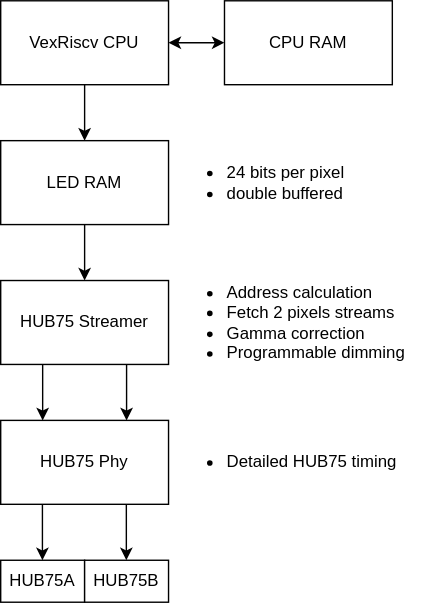
This is assets/led_cube/led_cube-block_diagram.svg from tomverbeure/tomverbeure.github.io, a draw.io export, as it was before one commit. Source tidied: cells renumbered, new cells last; positions are measured from the earlier drawing's top-left corner, leaving out a move shared by most shapes. Source of this version:
```xml
<mxGraphModel>
  <root>
    <mxCell id="0" />
    <mxCell id="1" parent="0" />
    <mxCell id="2" value="VexRiscv CPU" style="rounded=0;whiteSpace=wrap;html=1;" parent="1" vertex="1">
      <mxGeometry width="120" height="60" as="geometry" />
    </mxCell>
    <mxCell id="3" value="CPU RAM" style="rounded=0;whiteSpace=wrap;html=1;" parent="1" vertex="1">
      <mxGeometry x="160" width="120" height="60" as="geometry" />
    </mxCell>
    <mxCell id="4" style="endArrow=classic;startArrow=classic;html=1;entryX=0;entryY=0.5;entryDx=0;entryDy=0;" parent="1" edge="1" source="2" target="3">
      <mxGeometry relative="1" as="geometry" />
    </mxCell>
    <mxCell id="5" value="LED RAM" style="rounded=0;whiteSpace=wrap;html=1;" parent="1" vertex="1">
      <mxGeometry y="100" width="120" height="60" as="geometry" />
    </mxCell>
    <mxCell id="6" style="endArrow=classic;html=1;entryX=0.5;entryY=0;entryDx=0;entryDy=0;exitX=0.5;exitY=1;exitDx=0;exitDy=0;" parent="1" edge="1" source="2" target="5">
      <mxGeometry relative="1" as="geometry" />
    </mxCell>
    <mxCell id="7" value="HUB75 Streamer" style="rounded=0;whiteSpace=wrap;html=1;" parent="1" vertex="1">
      <mxGeometry y="200" width="120" height="60" as="geometry" />
    </mxCell>
    <mxCell id="8" style="endArrow=classic;html=1;exitX=0.5;exitY=1;exitDx=0;exitDy=0;entryX=0.5;entryY=0;entryDx=0;entryDy=0;" parent="1" edge="1" source="5" target="7">
      <mxGeometry relative="1" as="geometry" />
    </mxCell>
    <mxCell id="9" value="HUB75 Phy" style="rounded=0;whiteSpace=wrap;html=1;" parent="1" vertex="1">
      <mxGeometry y="300" width="120" height="60" as="geometry" />
    </mxCell>
    <mxCell id="10" style="endArrow=classic;html=1;entryX=0.25;entryY=0;entryDx=0;entryDy=0;exitX=0.25;exitY=1;exitDx=0;exitDy=0;" parent="1" edge="1" source="7" target="9">
      <mxGeometry relative="1" as="geometry" />
    </mxCell>
    <mxCell id="11" style="endArrow=classic;html=1;entryX=0.25;entryY=0;entryDx=0;entryDy=0;exitX=0.25;exitY=1;exitDx=0;exitDy=0;" parent="1" edge="1">
      <mxGeometry relative="1" as="geometry">
        <mxPoint x="90" y="260" as="sourcePoint" />
        <mxPoint x="90" y="300" as="targetPoint" />
      </mxGeometry>
    </mxCell>
    <mxCell id="12" style="endArrow=classic;html=1;entryX=0.25;entryY=0;entryDx=0;entryDy=0;exitX=0.25;exitY=1;exitDx=0;exitDy=0;" parent="1" edge="1">
      <mxGeometry relative="1" as="geometry">
        <mxPoint x="29.8" y="360" as="sourcePoint" />
        <mxPoint x="29.8" y="400" as="targetPoint" />
      </mxGeometry>
    </mxCell>
    <mxCell id="13" style="endArrow=classic;html=1;entryX=0.25;entryY=0;entryDx=0;entryDy=0;exitX=0.25;exitY=1;exitDx=0;exitDy=0;" parent="1" edge="1">
      <mxGeometry relative="1" as="geometry">
        <mxPoint x="89.8" y="360" as="sourcePoint" />
        <mxPoint x="89.8" y="400" as="targetPoint" />
      </mxGeometry>
    </mxCell>
    <mxCell id="14" value="HUB75A" style="rounded=0;whiteSpace=wrap;html=1;" parent="1" vertex="1">
      <mxGeometry y="400" width="60" height="30" as="geometry" />
    </mxCell>
    <mxCell id="15" value="HUB75B" style="rounded=0;whiteSpace=wrap;html=1;" parent="1" vertex="1">
      <mxGeometry x="60" y="400" width="60" height="30" as="geometry" />
    </mxCell>
    <mxCell id="16" value="&lt;ul&gt;&lt;li&gt;Address calculation&lt;/li&gt;&lt;li&gt;Fetch 2 pixels streams&lt;/li&gt;&lt;li&gt;Gamma correction&lt;/li&gt;&lt;li&gt;Programmable dimming&lt;/li&gt;&lt;/ul&gt;" style="text;html=1;strokeColor=none;fillColor=none;align=left;verticalAlign=middle;whiteSpace=wrap;rounded=0;" parent="1" vertex="1">
      <mxGeometry x="120" y="200" width="180" height="60" as="geometry" />
    </mxCell>
    <mxCell id="17" value="&lt;ul&gt;&lt;li&gt;Detailed HUB75 timing&lt;/li&gt;&lt;/ul&gt;" style="text;html=1;strokeColor=none;fillColor=none;align=left;verticalAlign=middle;whiteSpace=wrap;rounded=0;" parent="1" vertex="1">
      <mxGeometry x="120" y="300" width="180" height="60" as="geometry" />
    </mxCell>
    <mxCell id="18" value="&lt;ul&gt;&lt;li&gt;24 bits per pixel&lt;/li&gt;&lt;li&gt;double buffered&lt;/li&gt;&lt;/ul&gt;" style="text;html=1;strokeColor=none;fillColor=none;align=left;verticalAlign=middle;whiteSpace=wrap;rounded=0;" parent="1" vertex="1">
      <mxGeometry x="120" y="100" width="180" height="60" as="geometry" />
    </mxCell>
  </root>
</mxGraphModel>
```
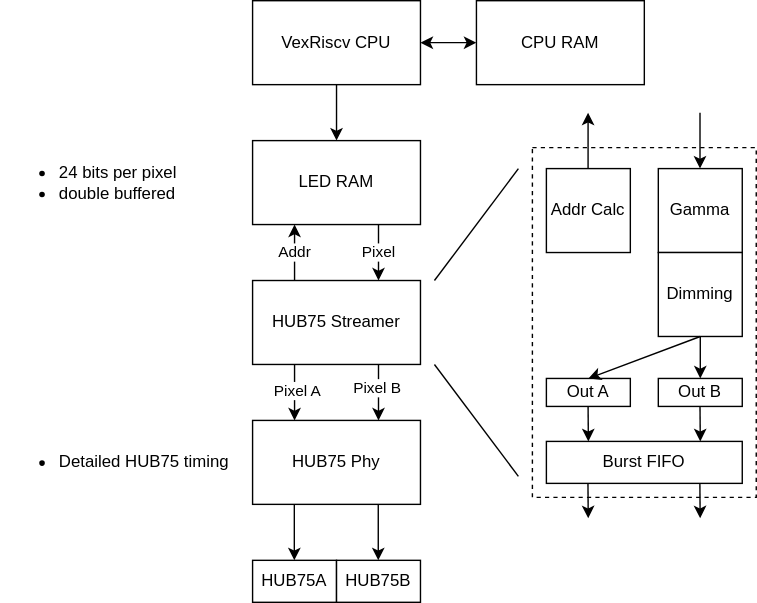
Later version of the same file.

Diff of the diagram source:
```diff
@@ -20,7 +20,7 @@
     <mxCell id="7" value="HUB75 Streamer" style="rounded=0;whiteSpace=wrap;html=1;" parent="1" vertex="1">
       <mxGeometry y="200" width="120" height="60" as="geometry" />
     </mxCell>
-    <mxCell id="8" style="endArrow=classic;html=1;exitX=0.5;exitY=1;exitDx=0;exitDy=0;entryX=0.5;entryY=0;entryDx=0;entryDy=0;" parent="1" edge="1" source="5" target="7">
+    <mxCell id="8" value="Pixel" style="endArrow=classic;html=1;exitX=0.75;exitY=1;exitDx=0;exitDy=0;entryX=0.75;entryY=0;entryDx=0;entryDy=0;" parent="1" edge="1" source="5" target="7">
       <mxGeometry relative="1" as="geometry" />
     </mxCell>
     <mxCell id="9" value="HUB75 Phy" style="rounded=0;whiteSpace=wrap;html=1;" parent="1" vertex="1">
@@ -29,12 +29,18 @@
     <mxCell id="10" style="endArrow=classic;html=1;entryX=0.25;entryY=0;entryDx=0;entryDy=0;exitX=0.25;exitY=1;exitDx=0;exitDy=0;" parent="1" edge="1" source="7" target="9">
       <mxGeometry relative="1" as="geometry" />
     </mxCell>
+    <mxCell id="19" value="Pixel A" style="edgeLabel;html=1;align=center;verticalAlign=middle;" parent="10" vertex="1">
+      <mxGeometry x="-0.08" y="2" relative="1" as="geometry" />
+    </mxCell>
     <mxCell id="11" style="endArrow=classic;html=1;entryX=0.25;entryY=0;entryDx=0;entryDy=0;exitX=0.25;exitY=1;exitDx=0;exitDy=0;" parent="1" edge="1">
       <mxGeometry relative="1" as="geometry">
         <mxPoint x="90" y="260" as="sourcePoint" />
         <mxPoint x="90" y="300" as="targetPoint" />
       </mxGeometry>
     </mxCell>
+    <mxCell id="20" value="Pixel B" style="edgeLabel;html=1;align=center;verticalAlign=middle;" parent="11" vertex="1">
+      <mxGeometry x="-0.16" y="-1" relative="1" as="geometry" />
+    </mxCell>
     <mxCell id="12" style="endArrow=classic;html=1;entryX=0.25;entryY=0;entryDx=0;entryDy=0;exitX=0.25;exitY=1;exitDx=0;exitDy=0;" parent="1" edge="1">
       <mxGeometry relative="1" as="geometry">
         <mxPoint x="29.8" y="360" as="sourcePoint" />
@@ -53,14 +59,92 @@
     <mxCell id="15" value="HUB75B" style="rounded=0;whiteSpace=wrap;html=1;" parent="1" vertex="1">
       <mxGeometry x="60" y="400" width="60" height="30" as="geometry" />
     </mxCell>
-    <mxCell id="16" value="&lt;ul&gt;&lt;li&gt;Address calculation&lt;/li&gt;&lt;li&gt;Fetch 2 pixels streams&lt;/li&gt;&lt;li&gt;Gamma correction&lt;/li&gt;&lt;li&gt;Programmable dimming&lt;/li&gt;&lt;/ul&gt;" style="text;html=1;strokeColor=none;fillColor=none;align=left;verticalAlign=middle;whiteSpace=wrap;rounded=0;" parent="1" vertex="1">
-      <mxGeometry x="120" y="200" width="180" height="60" as="geometry" />
-    </mxCell>
     <mxCell id="17" value="&lt;ul&gt;&lt;li&gt;Detailed HUB75 timing&lt;/li&gt;&lt;/ul&gt;" style="text;html=1;strokeColor=none;fillColor=none;align=left;verticalAlign=middle;whiteSpace=wrap;rounded=0;" parent="1" vertex="1">
-      <mxGeometry x="120" y="300" width="180" height="60" as="geometry" />
+      <mxGeometry x="-180" y="300" width="180" height="60" as="geometry" />
     </mxCell>
     <mxCell id="18" value="&lt;ul&gt;&lt;li&gt;24 bits per pixel&lt;/li&gt;&lt;li&gt;double buffered&lt;/li&gt;&lt;/ul&gt;" style="text;html=1;strokeColor=none;fillColor=none;align=left;verticalAlign=middle;whiteSpace=wrap;rounded=0;" parent="1" vertex="1">
-      <mxGeometry x="120" y="100" width="180" height="60" as="geometry" />
+      <mxGeometry x="-180" y="100" width="180" height="60" as="geometry" />
     </mxCell>
+    <mxCell id="21" value="Addr" style="endArrow=classic;html=1;exitX=0.25;exitY=0;exitDx=0;exitDy=0;entryX=0.25;entryY=1;entryDx=0;entryDy=0;" parent="1" edge="1" source="7" target="5">
+      <mxGeometry relative="1" as="geometry" />
+    </mxCell>
+    <mxCell id="22" style="endArrow=none;html=1;strokeWidth=1;" parent="1" edge="1">
+      <mxGeometry relative="1" as="geometry">
+        <mxPoint x="130" y="200" as="sourcePoint" />
+        <mxPoint x="190" y="120" as="targetPoint" />
+      </mxGeometry>
+    </mxCell>
+    <mxCell id="23" style="endArrow=none;html=1;strokeWidth=1;" parent="1" edge="1">
+      <mxGeometry relative="1" as="geometry">
+        <mxPoint x="130" y="260" as="sourcePoint" />
+        <mxPoint x="190" y="340" as="targetPoint" />
+      </mxGeometry>
+    </mxCell>
+    <mxCell id="24" style="group;" parent="1" vertex="1">
+      <mxGeometry x="200" y="80" width="160" height="290" as="geometry" />
+    </mxCell>
+    <mxCell id="25" style="rounded=0;whiteSpace=wrap;html=1;dashed=1;" parent="24" vertex="1">
+      <mxGeometry y="25" width="160" height="250" as="geometry" />
+    </mxCell>
+    <mxCell id="26" value="Addr Calc" style="rounded=0;whiteSpace=wrap;html=1;" parent="24" vertex="1">
+      <mxGeometry x="10" y="40" width="60" height="60" as="geometry" />
+    </mxCell>
+    <mxCell id="27" value="Gamma" style="rounded=0;whiteSpace=wrap;html=1;" parent="24" vertex="1">
+      <mxGeometry x="90" y="40" width="60" height="60" as="geometry" />
+    </mxCell>
+    <mxCell id="28" value="Dimming" style="rounded=0;whiteSpace=wrap;html=1;" parent="24" vertex="1">
+      <mxGeometry x="90" y="100" width="60" height="60" as="geometry" />
+    </mxCell>
+    <mxCell id="29" value="Out A" style="rounded=0;whiteSpace=wrap;html=1;" parent="24" vertex="1">
+      <mxGeometry x="10" y="190" width="60" height="20" as="geometry" />
+    </mxCell>
+    <mxCell id="30" value="Out B" style="rounded=0;whiteSpace=wrap;html=1;" parent="24" vertex="1">
+      <mxGeometry x="90" y="190" width="60" height="20" as="geometry" />
+    </mxCell>
+    <mxCell id="31" style="endArrow=classic;html=1;exitX=0.5;exitY=1;exitDx=0;exitDy=0;" parent="24" edge="1" source="28" target="30">
+      <mxGeometry as="geometry" />
+    </mxCell>
+    <mxCell id="32" style="endArrow=classic;html=1;exitX=0.5;exitY=1;exitDx=0;exitDy=0;entryX=0.5;entryY=0;entryDx=0;entryDy=0;" parent="24" edge="1" source="28" target="29">
+      <mxGeometry as="geometry" />
+    </mxCell>
+    <mxCell id="33" style="endArrow=classic;html=1;exitX=0.25;exitY=1;exitDx=0;exitDy=0;" parent="24" edge="1">
+      <mxGeometry as="geometry">
+        <mxPoint x="39.8" y="210" as="sourcePoint" />
+        <mxPoint x="40" y="235" as="targetPoint" />
+      </mxGeometry>
+    </mxCell>
+    <mxCell id="34" style="endArrow=classic;html=1;exitX=0.25;exitY=1;exitDx=0;exitDy=0;" parent="24" edge="1">
+      <mxGeometry as="geometry">
+        <mxPoint x="119.8" y="210" as="sourcePoint" />
+        <mxPoint x="120" y="235" as="targetPoint" />
+      </mxGeometry>
+    </mxCell>
+    <mxCell id="35" style="endArrow=classic;html=1;exitX=0.75;exitY=1;exitDx=0;exitDy=0;entryX=0.75;entryY=0;entryDx=0;entryDy=0;" parent="24" edge="1">
+      <mxGeometry as="geometry">
+        <mxPoint x="119.8" as="sourcePoint" />
+        <mxPoint x="119.8" y="40" as="targetPoint" />
+      </mxGeometry>
+    </mxCell>
+    <mxCell id="36" style="endArrow=classic;html=1;exitX=0.25;exitY=0;exitDx=0;exitDy=0;entryX=0.25;entryY=1;entryDx=0;entryDy=0;" parent="24" edge="1">
+      <mxGeometry as="geometry">
+        <mxPoint x="39.8" y="40" as="sourcePoint" />
+        <mxPoint x="39.8" as="targetPoint" />
+      </mxGeometry>
+    </mxCell>
+    <mxCell id="37" value="Burst FIFO" style="rounded=0;whiteSpace=wrap;html=1;" parent="24" vertex="1">
+      <mxGeometry x="10" y="235" width="140" height="30" as="geometry" />
+    </mxCell>
+    <mxCell id="38" style="endArrow=classic;html=1;exitX=0.25;exitY=1;exitDx=0;exitDy=0;" parent="24" edge="1">
+      <mxGeometry x="-0.1" y="55" as="geometry">
+        <mxPoint x="39.7" y="265" as="sourcePoint" />
+        <mxPoint x="39.9" y="290" as="targetPoint" />
+      </mxGeometry>
+    </mxCell>
+    <mxCell id="39" style="endArrow=classic;html=1;exitX=0.25;exitY=1;exitDx=0;exitDy=0;" parent="24" edge="1">
+      <mxGeometry x="-0.1" y="55" as="geometry">
+        <mxPoint x="119.7" y="265" as="sourcePoint" />
+        <mxPoint x="119.9" y="290" as="targetPoint" />
+      </mxGeometry>
+    </mxCell>
   </root>
 </mxGraphModel>
```
